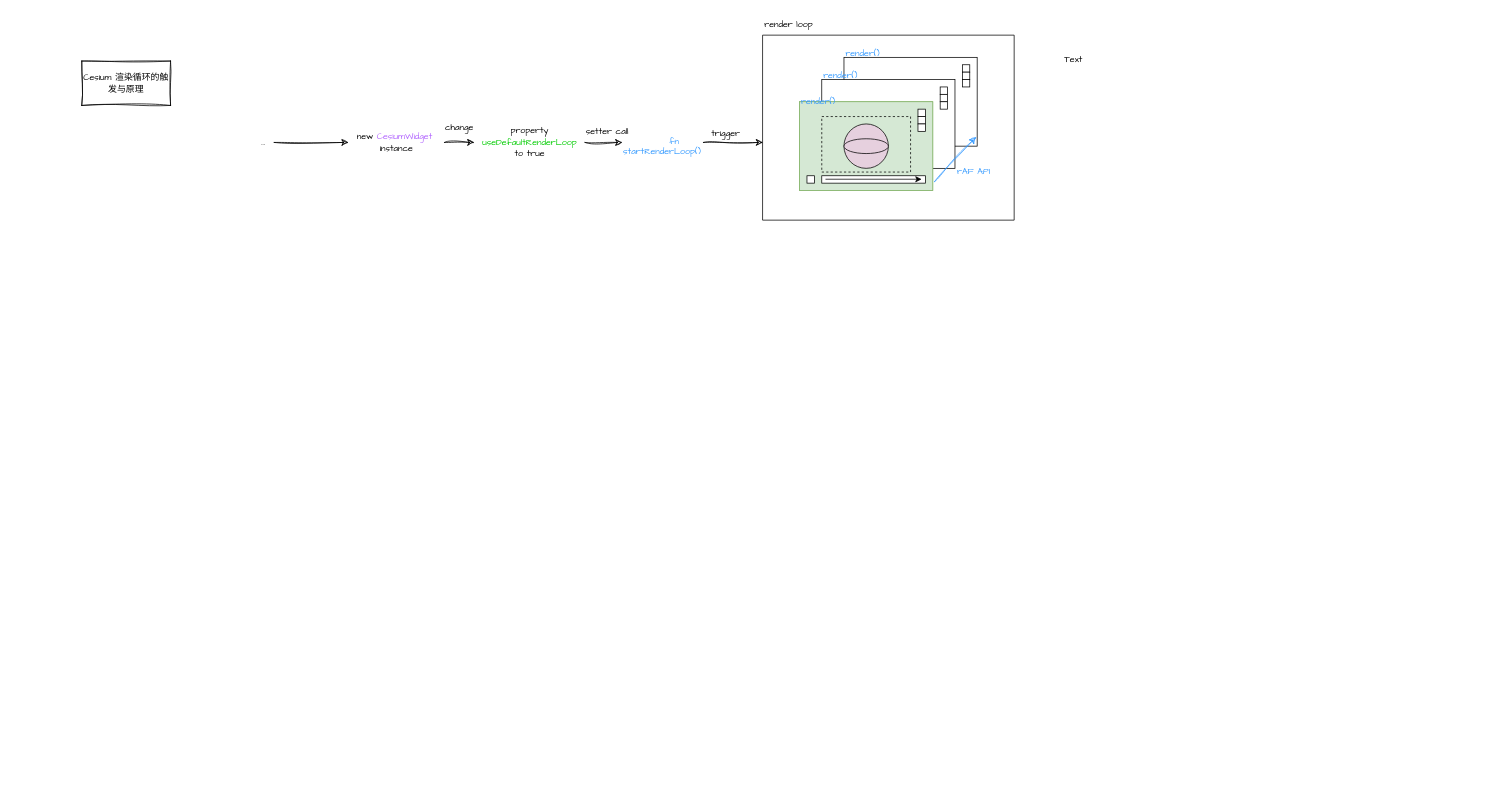
githubli1123/CesiumExampleCollection keeps this draw.io diagram as Temp/需要发布的博客/01Cesium的渲染调度/01Cesium的渲染调度.drawio. Above is the earlier version. Source tidied: cells renumbered, new cells numbered last; positions are measured from the earlier drawing's top-left corner, leaving out a move shared by most shapes. Both pictures are drawn from the tidied source at 74%, with x=0, y=0 at pixel (81, 13).
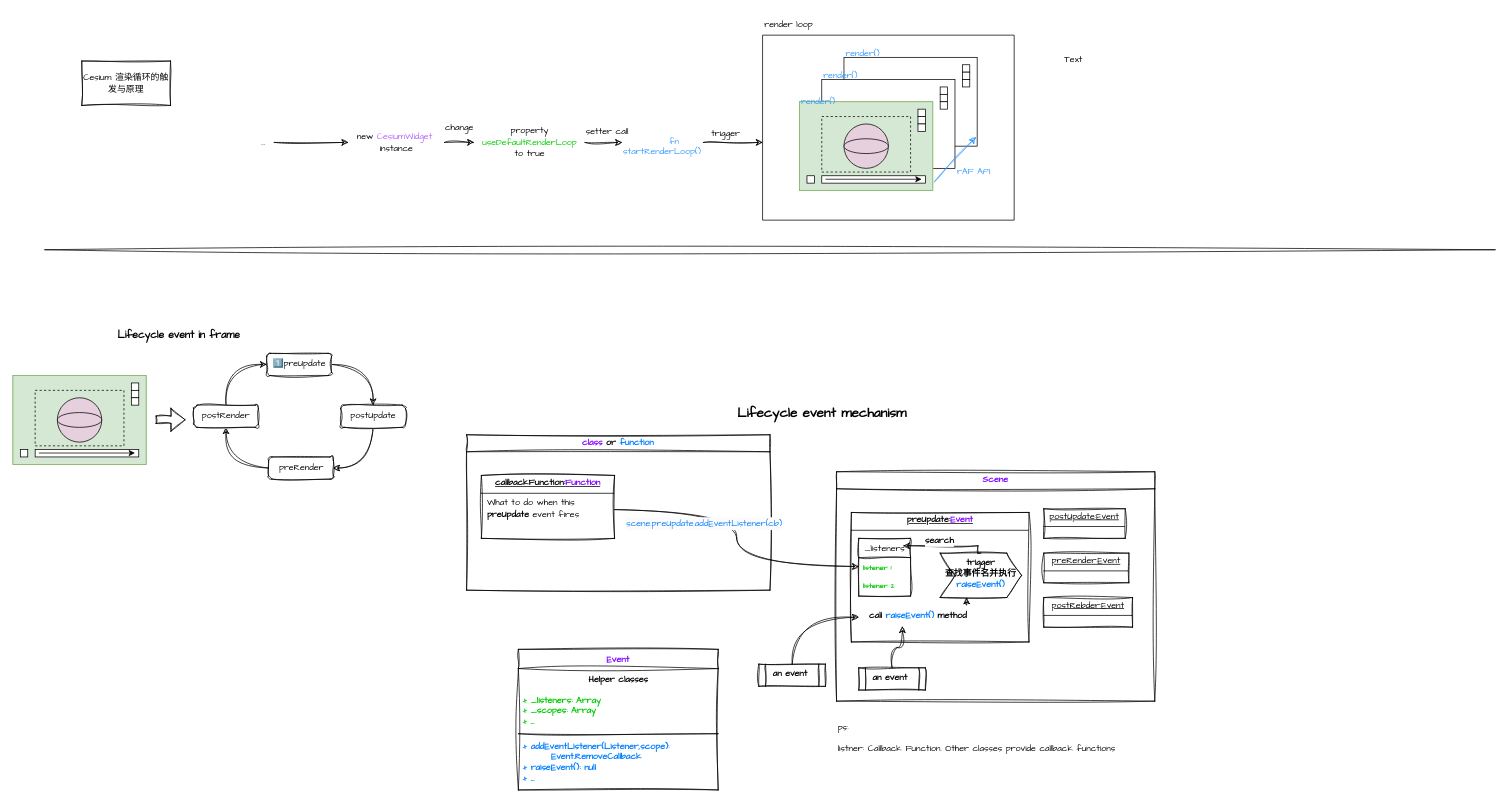
After the change.

Commit message (it also covers changes not shown here):
docs: 更新篇章01Cesium的渲染调度

The edit, as a diff of the source:
```diff
@@
+    <mxCell id="41" style="edgeStyle=orthogonalEdgeStyle;rounded=0;sketch=1;hachureGap=4;jiggle=2;curveFitting=1;jettySize=auto;html=1;exitX=1;exitY=0.5;exitDx=0;exitDy=0;entryX=0.5;entryY=0;entryDx=0;entryDy=0;fontFamily=Comic Sans MS;fontSize=12;fontColor=default;curved=1;" parent="1" edge="1" source="42" target="44">
+      <mxGeometry relative="1" as="geometry" />
+    </mxCell>
+    <mxCell id="42" value="1️⃣preUpdate" style="rounded=1;whiteSpace=wrap;html=1;sketch=1;jiggle=2;curveFitting=1;align=center;verticalAlign=middle;fontFamily=Comic Sans MS;fontSize=12;fontColor=default;fillColor=default;gradientColor=none;" parent="1" vertex="1">
+      <mxGeometry x="250" y="460" width="87.5" height="30" as="geometry" />
+    </mxCell>
+    <mxCell id="43" style="edgeStyle=orthogonalEdgeStyle;rounded=0;sketch=1;hachureGap=4;jiggle=2;curveFitting=1;jettySize=auto;html=1;entryX=1;entryY=0.5;entryDx=0;entryDy=0;fontFamily=Comic Sans MS;fontSize=12;fontColor=default;exitX=0.5;exitY=1;exitDx=0;exitDy=0;curved=1;" parent="1" edge="1" source="44" target="46">
+      <mxGeometry relative="1" as="geometry" />
+    </mxCell>
+    <mxCell id="44" value="postUpdate" style="rounded=1;whiteSpace=wrap;html=1;sketch=1;jiggle=2;curveFitting=1;align=center;verticalAlign=middle;fontFamily=Comic Sans MS;fontSize=12;fontColor=default;fillColor=default;gradientColor=none;" parent="1" vertex="1">
+      <mxGeometry x="350" y="530" width="87.5" height="30" as="geometry" />
+    </mxCell>
+    <mxCell id="45" style="edgeStyle=orthogonalEdgeStyle;rounded=0;sketch=1;hachureGap=4;jiggle=2;curveFitting=1;jettySize=auto;html=1;entryX=0.5;entryY=1;entryDx=0;entryDy=0;fontFamily=Comic Sans MS;fontSize=12;fontColor=default;curved=1;" parent="1" edge="1" source="46" target="48">
+      <mxGeometry relative="1" as="geometry" />
+    </mxCell>
+    <mxCell id="46" value="preRender" style="rounded=1;whiteSpace=wrap;html=1;sketch=1;jiggle=2;curveFitting=1;align=center;verticalAlign=middle;fontFamily=Comic Sans MS;fontSize=12;fontColor=default;fillColor=default;gradientColor=none;" parent="1" vertex="1">
+      <mxGeometry x="252.5" y="600" width="87.5" height="30" as="geometry" />
+    </mxCell>
+    <mxCell id="47" style="edgeStyle=orthogonalEdgeStyle;rounded=0;sketch=1;hachureGap=4;jiggle=2;curveFitting=1;jettySize=auto;html=1;entryX=0;entryY=0.5;entryDx=0;entryDy=0;fontFamily=Comic Sans MS;fontSize=12;fontColor=default;exitX=0.5;exitY=0;exitDx=0;exitDy=0;curved=1;" parent="1" edge="1" source="48" target="42">
+      <mxGeometry relative="1" as="geometry" />
+    </mxCell>
+    <mxCell id="48" value="postRender" style="rounded=1;whiteSpace=wrap;html=1;sketch=1;jiggle=2;curveFitting=1;align=center;verticalAlign=middle;fontFamily=Comic Sans MS;fontSize=12;fontColor=default;fillColor=default;gradientColor=none;" parent="1" vertex="1">
+      <mxGeometry x="151.2" y="530" width="87.5" height="30" as="geometry" />
+    </mxCell>
+    <mxCell id="49" value="&lt;font style=&quot;font-size: 14px;&quot;&gt;&lt;b&gt;Lifecycle event in frame&lt;/b&gt;&lt;/font&gt;" style="text;html=1;align=center;verticalAlign=middle;strokeColor=none;fillColor=none;fontFamily=Comic Sans MS;fontSize=12;fontColor=default;" parent="1" vertex="1">
+      <mxGeometry x="38" y="421" width="185" height="29" as="geometry" />
+    </mxCell>
+    <mxCell id="50" style="group;" parent="1" vertex="1">
+      <mxGeometry x="-93" y="490" width="180" height="120" as="geometry" />
+    </mxCell>
+    <mxCell id="51" style="group;fillColor=#d5e8d4;strokeColor=#82b366;rounded=0;hachureGap=4;align=center;verticalAlign=middle;fontFamily=Comic Sans MS;fontSize=12;fontColor=default;" parent="50" vertex="1">
+      <mxGeometry width="180" height="120" as="geometry" />
+    </mxCell>
+    <mxCell id="52" style="rounded=0;whiteSpace=wrap;html=1;fillColor=#d5e8d4;strokeColor=#82b366;hachureGap=4;align=center;verticalAlign=middle;fontFamily=Comic Sans MS;fontSize=12;fontColor=default;" parent="50" vertex="1">
+      <mxGeometry width="180" height="120" as="geometry" />
+    </mxCell>
+    <mxCell id="53" style="ellipse;whiteSpace=wrap;html=1;rounded=0;hachureGap=4;strokeColor=default;align=center;verticalAlign=middle;fontFamily=Comic Sans MS;fontSize=12;fontColor=default;fillColor=#E6D0DE;" parent="50" vertex="1">
+      <mxGeometry x="60" y="30" width="60" height="60" as="geometry" />
+    </mxCell>
+    <mxCell id="54" style="rounded=0;whiteSpace=wrap;html=1;hachureGap=4;strokeColor=default;align=center;verticalAlign=middle;fontFamily=Comic Sans MS;fontSize=12;fontColor=default;fillColor=default;" parent="50" vertex="1">
+      <mxGeometry x="10" y="100" width="10" height="10" as="geometry" />
+    </mxCell>
+    <mxCell id="55" style="rounded=0;whiteSpace=wrap;html=1;hachureGap=4;strokeColor=default;align=center;verticalAlign=middle;fontFamily=Comic Sans MS;fontSize=12;fontColor=default;fillColor=default;" parent="50" vertex="1">
+      <mxGeometry x="30" y="100" width="140" height="10" as="geometry" />
+    </mxCell>
+    <mxCell id="56" style="rounded=0;whiteSpace=wrap;html=1;hachureGap=4;strokeColor=default;align=center;verticalAlign=middle;fontFamily=Comic Sans MS;fontSize=12;fontColor=default;fillColor=default;" parent="50" vertex="1">
+      <mxGeometry x="160" y="10" width="10" height="10" as="geometry" />
+    </mxCell>
+    <mxCell id="57" style="rounded=0;whiteSpace=wrap;html=1;hachureGap=4;strokeColor=default;align=center;verticalAlign=middle;fontFamily=Comic Sans MS;fontSize=12;fontColor=default;fillColor=default;" parent="50" vertex="1">
+      <mxGeometry x="160" y="20" width="10" height="10" as="geometry" />
+    </mxCell>
+    <mxCell id="58" style="rounded=0;whiteSpace=wrap;html=1;hachureGap=4;strokeColor=default;align=center;verticalAlign=middle;fontFamily=Comic Sans MS;fontSize=12;fontColor=default;fillColor=default;" parent="50" vertex="1">
+      <mxGeometry x="160" y="30" width="10" height="10" as="geometry" />
+    </mxCell>
+    <mxCell id="59" style="rounded=0;whiteSpace=wrap;html=1;fillColor=none;dashed=1;hachureGap=4;strokeColor=default;align=center;verticalAlign=middle;fontFamily=Comic Sans MS;fontSize=12;fontColor=default;" parent="50" vertex="1">
+      <mxGeometry x="30" y="20" width="120" height="75" as="geometry" />
+    </mxCell>
+    <mxCell id="60" style="endArrow=classic;html=1;rounded=0;hachureGap=4;fontFamily=Comic Sans MS;fontSize=12;fontColor=default;" parent="50" edge="1">
+      <mxGeometry relative="1" as="geometry">
+        <mxPoint x="35" y="104.7" as="sourcePoint" />
+        <mxPoint x="165" y="104.7" as="targetPoint" />
+      </mxGeometry>
+    </mxCell>
+    <mxCell id="61" style="ellipse;whiteSpace=wrap;html=1;rounded=0;hachureGap=4;strokeColor=default;align=center;verticalAlign=middle;fontFamily=Comic Sans MS;fontSize=12;fontColor=default;fillColor=#E6D0DE;" parent="50" vertex="1">
+      <mxGeometry x="60" y="50" width="60" height="20" as="geometry" />
+    </mxCell>
+    <mxCell id="62" style="shape=flexArrow;endArrow=classic;html=1;rounded=0;sketch=1;hachureGap=4;jiggle=2;curveFitting=1;fontFamily=Comic Sans MS;fontSize=12;fontColor=default;" parent="1" edge="1">
+      <mxGeometry relative="1" as="geometry">
+        <mxPoint x="100" y="549.7" as="sourcePoint" />
+        <mxPoint x="140" y="549.7" as="targetPoint" />
+      </mxGeometry>
+    </mxCell>
+    <mxCell id="63" value="&lt;font color=&quot;#7f00ff&quot;&gt;Scene&lt;/font&gt;" style="swimlane;whiteSpace=wrap;html=1;rounded=0;sketch=1;hachureGap=4;jiggle=2;curveFitting=1;strokeColor=default;align=center;verticalAlign=middle;fontFamily=Comic Sans MS;fontSize=12;fontColor=default;fillColor=default;startSize=23;" parent="1" vertex="1">
+      <mxGeometry x="1020" y="620" width="430" height="310" as="geometry" />
+    </mxCell>
+    <mxCell id="64" value="&lt;p style=&quot;margin:0px;margin-top:4px;text-align:center;text-decoration:underline;&quot;&gt;&lt;b&gt;preUpdate:&lt;font color=&quot;#7f00ff&quot;&gt;Event&lt;/font&gt;&lt;/b&gt;&lt;/p&gt;&lt;hr size=&quot;1&quot; style=&quot;border-style:solid;&quot;&gt;&lt;p style=&quot;margin:0px;margin-left:8px;&quot;&gt;&lt;br&gt;&lt;/p&gt;" style="verticalAlign=top;align=left;overflow=fill;html=1;whiteSpace=wrap;sketch=1;hachureGap=4;jiggle=2;curveFitting=1;strokeColor=default;fontFamily=Comic Sans MS;fontSize=12;fontColor=default;fontStyle=1;fillColor=default;" parent="63" vertex="1">
+      <mxGeometry x="20" y="55" width="240" height="175" as="geometry" />
+    </mxCell>
+    <mxCell id="65" value="&lt;p style=&quot;margin:0px;margin-top:4px;text-align:center;text-decoration:underline;&quot;&gt;&lt;span&gt;postUpdate:Event&lt;/span&gt;&lt;/p&gt;&lt;hr style=&quot;border-style:solid;&quot; size=&quot;1&quot;&gt;&lt;p style=&quot;margin:0px;margin-left:8px;&quot;&gt;&lt;br&gt;&lt;/p&gt;" style="verticalAlign=top;align=left;overflow=fill;html=1;whiteSpace=wrap;sketch=1;hachureGap=4;jiggle=2;curveFitting=1;strokeColor=default;fontFamily=Comic Sans MS;fontSize=12;fontColor=default;fontStyle=0;fillColor=default;" parent="63" vertex="1">
+      <mxGeometry x="280" y="50" width="110" height="40" as="geometry" />
+    </mxCell>
+    <mxCell id="66" value="&lt;p style=&quot;margin:0px;margin-top:4px;text-align:center;text-decoration:underline;&quot;&gt;&lt;span&gt;postRebder:Event&lt;/span&gt;&lt;/p&gt;&lt;hr style=&quot;border-style:solid;&quot; size=&quot;1&quot;&gt;&lt;p style=&quot;margin:0px;margin-left:8px;&quot;&gt;&lt;br&gt;&lt;/p&gt;" style="verticalAlign=top;align=left;overflow=fill;html=1;whiteSpace=wrap;sketch=1;hachureGap=4;jiggle=2;curveFitting=1;strokeColor=default;fontFamily=Comic Sans MS;fontSize=12;fontColor=default;fontStyle=0;fillColor=default;" parent="63" vertex="1">
+      <mxGeometry x="280" y="170" width="120" height="40" as="geometry" />
+    </mxCell>
+    <mxCell id="67" value="&lt;p style=&quot;margin:0px;margin-top:4px;text-align:center;text-decoration:underline;&quot;&gt;&lt;span&gt;preRender:Event&lt;/span&gt;&lt;/p&gt;&lt;hr style=&quot;border-style:solid;&quot; size=&quot;1&quot;&gt;&lt;p style=&quot;margin:0px;margin-left:8px;&quot;&gt;&lt;br&gt;&lt;/p&gt;" style="verticalAlign=top;align=left;overflow=fill;html=1;whiteSpace=wrap;sketch=1;hachureGap=4;jiggle=2;curveFitting=1;strokeColor=default;fontFamily=Comic Sans MS;fontSize=12;fontColor=default;fontStyle=0;fillColor=default;" parent="63" vertex="1">
+      <mxGeometry x="280" y="110" width="115" height="40" as="geometry" />
+    </mxCell>
+    <mxCell id="68" value="_listeners" style="swimlane;fontStyle=0;horizontal=1;startSize=26;fillColor=none;html=1;sketch=1;hachureGap=4;jiggle=2;curveFitting=1;strokeColor=default;align=center;verticalAlign=top;fontFamily=Comic Sans MS;fontSize=12;fontColor=default;" parent="63" vertex="1">
+      <mxGeometry x="30" y="90" width="70" height="78" as="geometry" />
+    </mxCell>
+    <mxCell id="69" value="&lt;font color=&quot;#00cc00&quot; style=&quot;font-size: 10px;&quot;&gt;listener 1&lt;/font&gt;" style="text;strokeColor=none;fillColor=none;align=left;verticalAlign=top;spacingLeft=4;spacingRight=4;overflow=hidden;points=[[0,0.5],[1,0.5]];portConstraint=eastwest;whiteSpace=wrap;html=1;fontFamily=Comic Sans MS;fontSize=12;fontColor=default;fontStyle=1;" parent="68" vertex="1">
+      <mxGeometry y="26" width="70" height="24" as="geometry" />
+    </mxCell>
+    <mxCell id="70" value="&lt;font color=&quot;#00cc00&quot; style=&quot;font-size: 10px;&quot;&gt;listener 2&lt;/font&gt;" style="text;strokeColor=none;fillColor=none;align=left;verticalAlign=top;spacingLeft=4;spacingRight=4;overflow=hidden;whiteSpace=wrap;html=1;fontFamily=Comic Sans MS;fontSize=12;fontColor=default;fontStyle=1;" parent="68" vertex="1">
+      <mxGeometry y="50" width="70" height="28" as="geometry" />
+    </mxCell>
+    <mxCell id="71" value="trigger&lt;div&gt;查找事件名并执行&lt;br&gt;&lt;div&gt;&lt;span style=&quot;color: rgb(0, 127, 255);&quot;&gt;raiseEvent(&lt;/span&gt;&lt;span style=&quot;color: rgb(0, 127, 255); background-color: initial;&quot;&gt;)&lt;/span&gt;&lt;/div&gt;&lt;/div&gt;" style="shape=step;perimeter=stepPerimeter;whiteSpace=wrap;html=1;fixedSize=1;sketch=1;hachureGap=4;jiggle=2;curveFitting=1;strokeColor=default;align=center;verticalAlign=top;fontFamily=Comic Sans MS;fontSize=12;fontColor=default;fontStyle=1;fillColor=default;" parent="63" vertex="1">
+      <mxGeometry x="140" y="110" width="110" height="60" as="geometry" />
+    </mxCell>
+    <mxCell id="72" style="edgeStyle=orthogonalEdgeStyle;rounded=0;sketch=1;hachureGap=4;jiggle=2;curveFitting=1;jettySize=auto;html=1;exitX=0.5;exitY=0;exitDx=0;exitDy=0;entryX=0.857;entryY=0.128;entryDx=0;entryDy=0;entryPerimeter=0;fontFamily=Comic Sans MS;fontSize=12;fontColor=default;fontStyle=1;" parent="63" edge="1" source="71" target="68">
+      <mxGeometry relative="1" as="geometry">
+        <Array as="points">
+          <mxPoint x="191" y="100" />
+        </Array>
+      </mxGeometry>
+    </mxCell>
+    <mxCell id="73" value="search" style="edgeLabel;html=1;align=center;verticalAlign=middle;sketch=1;hachureGap=4;jiggle=2;curveFitting=1;strokeColor=default;fontFamily=Comic Sans MS;fontSize=12;fontColor=default;fontStyle=1;fillColor=default;" parent="72" vertex="1">
+      <mxGeometry x="0.17" y="-6" relative="1" as="geometry" />
+    </mxCell>
+    <mxCell id="74" value="an event&amp;nbsp;" style="shape=process;whiteSpace=wrap;html=1;backgroundOutline=1;sketch=1;hachureGap=4;jiggle=2;curveFitting=1;strokeColor=default;align=center;verticalAlign=top;fontFamily=Comic Sans MS;fontSize=12;fontColor=default;fontStyle=1;fillColor=default;" parent="63" vertex="1">
+      <mxGeometry x="30" y="265" width="90" height="30" as="geometry" />
+    </mxCell>
+    <mxCell id="75" style="edgeStyle=orthogonalEdgeStyle;rounded=0;sketch=1;hachureGap=4;jiggle=2;curveFitting=1;jettySize=auto;html=1;entryX=0.326;entryY=1.001;entryDx=0;entryDy=0;fontFamily=Comic Sans MS;fontSize=12;fontColor=default;fontStyle=1;elbow=vertical;curved=1;entryPerimeter=0;" parent="63" edge="1" source="76" target="71">
+      <mxGeometry relative="1" as="geometry">
+        <Array as="points">
+          <mxPoint x="100" y="190" />
+          <mxPoint x="197" y="190" />
+        </Array>
+      </mxGeometry>
+    </mxCell>
+    <mxCell id="76" value="&lt;span style=&quot;text-wrap: wrap;&quot;&gt;call&amp;nbsp;&lt;/span&gt;&lt;font style=&quot;text-wrap: wrap; background-color: initial;&quot; color=&quot;#007fff&quot;&gt;raiseEvent()&lt;/font&gt;&lt;span style=&quot;text-wrap: wrap; background-color: initial;&quot;&gt;&amp;nbsp;method&lt;/span&gt;" style="text;html=1;align=center;verticalAlign=middle;points=[];strokeColor=none;fillColor=none;fontFamily=Comic Sans MS;fontSize=12;fontColor=default;fontStyle=1;" parent="63" vertex="1">
+      <mxGeometry x="30" y="180" width="160" height="30" as="geometry" />
+    </mxCell>
+    <mxCell id="77" style="edgeStyle=orthogonalEdgeStyle;rounded=0;sketch=1;hachureGap=4;jiggle=2;curveFitting=1;jettySize=auto;html=1;exitX=0.5;exitY=0;exitDx=0;exitDy=0;entryX=0.368;entryY=0.966;entryDx=0;entryDy=0;entryPerimeter=0;fontFamily=Comic Sans MS;fontSize=12;fontColor=default;fontStyle=1;curved=1;" parent="63" edge="1" source="74" target="76">
+      <mxGeometry relative="1" as="geometry" />
+    </mxCell>
+    <mxCell id="78" value="&lt;div&gt;&lt;font style=&quot;font-size: 12px; font-weight: normal;&quot;&gt;ps:&lt;/font&gt;&lt;/div&gt;&lt;div&gt;&lt;font style=&quot;font-size: 12px; font-weight: normal;&quot;&gt;&lt;br&gt;&lt;/font&gt;&lt;/div&gt;&lt;font style=&quot;font-size: 12px; font-weight: normal;&quot;&gt;listner: Callback Function. Other classes provide callback functions&lt;/font&gt;" style="text;html=1;align=left;verticalAlign=middle;strokeColor=none;fillColor=none;fontFamily=Comic Sans MS;fontSize=12;fontColor=default;fontStyle=1;" parent="1" vertex="1">
+      <mxGeometry x="1020" y="950" width="400" height="60" as="geometry" />
+    </mxCell>
+    <mxCell id="79" value="an event&amp;nbsp;" style="shape=process;whiteSpace=wrap;html=1;backgroundOutline=1;sketch=1;hachureGap=4;jiggle=2;curveFitting=1;strokeColor=default;align=center;verticalAlign=top;fontFamily=Comic Sans MS;fontSize=12;fontColor=default;fontStyle=1;fillColor=default;" parent="1" vertex="1">
+      <mxGeometry x="915" y="880" width="90" height="30" as="geometry" />
+    </mxCell>
+    <mxCell id="80" style="edgeStyle=orthogonalEdgeStyle;rounded=0;sketch=1;hachureGap=4;jiggle=2;curveFitting=1;jettySize=auto;html=1;entryX=-0.001;entryY=0.553;entryDx=0;entryDy=0;entryPerimeter=0;fontFamily=Comic Sans MS;fontSize=12;fontColor=default;fontStyle=1;exitX=0.5;exitY=0;exitDx=0;exitDy=0;curved=1;" parent="1" edge="1" source="79" target="76">
+      <mxGeometry relative="1" as="geometry" />
+    </mxCell>
+    <mxCell id="81" value="&lt;div&gt;&lt;font style=&quot;font-size: 18px;&quot;&gt;Lifecycle event mechanism&lt;/font&gt;&lt;/div&gt;" style="text;html=1;align=center;verticalAlign=middle;strokeColor=none;fillColor=none;fontFamily=Comic Sans MS;fontSize=12;fontColor=default;fontStyle=1;" parent="1" vertex="1">
+      <mxGeometry x="875" y="520" width="250" height="40" as="geometry" />
+    </mxCell>
+    <mxCell id="82" value="&lt;font color=&quot;#7f00ff&quot;&gt;class &lt;/font&gt;or &lt;font color=&quot;#007fff&quot;&gt;function&lt;/font&gt;" style="swimlane;whiteSpace=wrap;html=1;rounded=0;sketch=1;hachureGap=4;jiggle=2;curveFitting=1;strokeColor=default;align=center;verticalAlign=middle;fontFamily=Comic Sans MS;fontSize=12;fontColor=default;fillColor=default;" parent="1" vertex="1">
+      <mxGeometry x="520" y="570" width="410" height="210" as="geometry" />
+    </mxCell>
+    <mxCell id="83" value="&lt;p style=&quot;margin:0px;margin-top:4px;text-align:center;text-decoration:underline;&quot;&gt;&lt;b&gt;callbackFunction:&lt;font color=&quot;#7f00ff&quot;&gt;Function&lt;/font&gt;&lt;/b&gt;&lt;/p&gt;&lt;hr size=&quot;1&quot; style=&quot;border-style:solid;&quot;&gt;&lt;p style=&quot;margin:0px;margin-left:8px;&quot;&gt;&lt;span style=&quot;font-weight: normal;&quot;&gt;What to do when this &lt;/span&gt;preUpdate&lt;span style=&quot;font-weight: normal;&quot;&gt; event fires&lt;/span&gt;&lt;br&gt;&lt;/p&gt;" style="verticalAlign=top;align=left;overflow=fill;html=1;whiteSpace=wrap;sketch=1;hachureGap=4;jiggle=2;curveFitting=1;strokeColor=default;fontFamily=Comic Sans MS;fontSize=12;fontColor=default;fontStyle=1;fillColor=default;" parent="82" vertex="1">
+      <mxGeometry x="20" y="55" width="180" height="85" as="geometry" />
+    </mxCell>
+    <mxCell id="84" style="edgeStyle=orthogonalEdgeStyle;rounded=0;sketch=1;hachureGap=4;jiggle=2;curveFitting=1;jettySize=auto;html=1;entryX=0;entryY=0.5;entryDx=0;entryDy=0;fontFamily=Comic Sans MS;fontSize=12;fontColor=default;fontStyle=1;exitX=1;exitY=0.543;exitDx=0;exitDy=0;exitPerimeter=0;curved=1;" parent="1" edge="1" source="83" target="69">
+      <mxGeometry relative="1" as="geometry" />
+    </mxCell>
+    <mxCell id="85" value="&lt;span style=&quot;font-weight: 400; text-align: left; text-wrap: wrap; background-color: rgb(251, 251, 251);&quot;&gt;&lt;font color=&quot;#007fff&quot;&gt;scene.preUpdate.addEventListener(cb)&lt;/font&gt;&lt;/span&gt;" style="edgeLabel;html=1;align=center;verticalAlign=middle;sketch=1;hachureGap=4;jiggle=2;curveFitting=1;strokeColor=default;fontFamily=Comic Sans MS;fontSize=12;fontColor=default;fontStyle=1;fillColor=default;" parent="84" vertex="1">
+      <mxGeometry x="0.09" y="6" relative="1" as="geometry">
+        <mxPoint x="-51" y="-38" as="offset" />
+      </mxGeometry>
+    </mxCell>
+    <mxCell id="86" style="endArrow=none;html=1;rounded=0;sketch=1;hachureGap=4;jiggle=2;curveFitting=1;fontFamily=Comic Sans MS;fontSize=12;fontColor=default;fontStyle=1;" parent="1" edge="1">
+      <mxGeometry relative="1" as="geometry">
+        <mxPoint x="-50" y="320" as="sourcePoint" />
+        <mxPoint x="1910" y="320" as="targetPoint" />
+      </mxGeometry>
+    </mxCell>
+    <mxCell id="87" value="&lt;font color=&quot;#7f00ff&quot;&gt;Event&lt;/font&gt;" style="swimlane;fontStyle=1;align=center;verticalAlign=top;horizontal=1;startSize=26;whiteSpace=wrap;html=1;sketch=1;hachureGap=4;jiggle=2;curveFitting=1;strokeColor=default;fontFamily=Comic Sans MS;fontSize=12;fontColor=default;fillColor=default;" parent="1" vertex="1">
+      <mxGeometry x="590" y="860" width="270" height="190" as="geometry" />
+    </mxCell>
+    <mxCell id="88" value="Helper classes" style="text;html=1;align=center;verticalAlign=middle;strokeColor=none;fillColor=none;fontFamily=Comic Sans MS;fontSize=12;fontColor=default;fontStyle=1;" parent="87" vertex="1">
+      <mxGeometry y="26" width="270" height="30" as="geometry" />
+    </mxCell>
+    <mxCell id="89" value="&lt;font color=&quot;#00cc00&quot;&gt;+ _listeners: Array&lt;/font&gt;&lt;div&gt;&lt;font color=&quot;#00cc00&quot;&gt;+ _scopes: Array&lt;/font&gt;&lt;/div&gt;&lt;div&gt;&lt;font color=&quot;#00cc00&quot;&gt;+ ...&lt;/font&gt;&lt;/div&gt;" style="text;strokeColor=none;fillColor=none;align=left;verticalAlign=top;spacingLeft=4;spacingRight=4;overflow=hidden;whiteSpace=wrap;html=1;fontFamily=Comic Sans MS;fontSize=12;fontColor=default;fontStyle=1;" parent="87" vertex="1">
+      <mxGeometry y="56" width="270" height="54" as="geometry" />
+    </mxCell>
+    <mxCell id="90" style="line;strokeWidth=1;fillColor=none;align=left;verticalAlign=middle;spacingTop=-1;spacingLeft=3;spacingRight=3;labelPosition=right;strokeColor=inherit;sketch=1;hachureGap=4;jiggle=2;curveFitting=1;fontFamily=Comic Sans MS;fontSize=12;fontColor=default;fontStyle=1;" parent="87" vertex="1">
+      <mxGeometry y="110" width="270" height="8" as="geometry" />
+    </mxCell>
+    <mxCell id="91" value="&lt;div&gt;&lt;font color=&quot;#007fff&quot;&gt;+ addEventListener(Listener,scope):&lt;/font&gt;&lt;/div&gt;&lt;div&gt;&lt;font color=&quot;#007fff&quot;&gt;&lt;span style=&quot;white-space: pre;&quot;&gt;&#9;&lt;/span&gt;Event.RemoveCallback&lt;/font&gt;&lt;/div&gt;&lt;div&gt;&lt;font color=&quot;#007fff&quot;&gt;+ raiseEvent(): null&lt;/font&gt;&lt;/div&gt;&lt;div&gt;&lt;font color=&quot;#007fff&quot;&gt;+ ...&lt;/font&gt;&lt;/div&gt;" style="text;strokeColor=none;fillColor=none;align=left;verticalAlign=top;spacingLeft=4;spacingRight=4;overflow=hidden;whiteSpace=wrap;html=1;fontFamily=Comic Sans MS;fontSize=12;fontColor=default;fontStyle=1;" parent="87" vertex="1">
+      <mxGeometry y="118" width="270" height="72" as="geometry" />
+    </mxCell>
```
